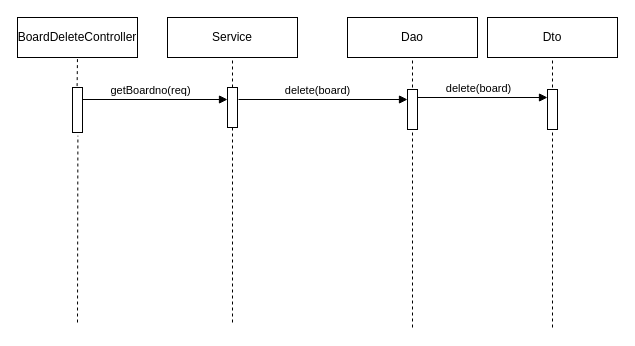
This is document/BoardDeleteController.drawio from iamheonil/KHSemiProject, a draw.io file, before an edit. Source tidied: cells renumbered, new cells numbered last; positions are measured from the earlier drawing's top-left corner, leaving out a move shared by most shapes. Both pictures are drawn from the tidied source at 100%, with x=0, y=0 at pixel (17, 17).
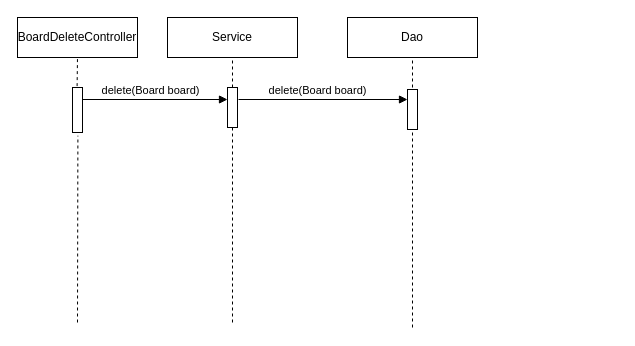
The same page after the edit.

Diff of the diagram source:
```diff
@@
-    <mxCell id="11" value="getBoardno(req)" style="html=1;verticalAlign=bottom;endArrow=block;" parent="1" edge="1">
+    <mxCell id="11" value="delete(Board board)" style="html=1;verticalAlign=bottom;endArrow=block;" parent="1" edge="1">
       <mxGeometry x="-0.06" relative="1" as="geometry">
         <mxPoint x="65" y="82" as="sourcePoint" />
         <mxPoint x="210" y="82" as="targetPoint" />
       </mxGeometry>
     </mxCell>
-    <mxCell id="12" value="delete(board)" style="html=1;verticalAlign=bottom;endArrow=block;" parent="1" edge="1">
+    <mxCell id="12" value="delete(Board board)" style="html=1;verticalAlign=bottom;endArrow=block;" parent="1" edge="1">
       <mxGeometry x="-0.06" relative="1" as="geometry">
         <mxPoint x="221" y="82" as="sourcePoint" />
         <mxPoint x="390" y="82" as="targetPoint" />
       </mxGeometry>
     </mxCell>
-    <mxCell id="13" value="Dto" style="rounded=0;whiteSpace=wrap;html=1;" parent="1" vertex="1">
-      <mxGeometry x="470" width="130" height="40" as="geometry" />
-    </mxCell>
-    <mxCell id="14" style="endArrow=none;dashed=1;html=1;entryX=0.5;entryY=1;entryDx=0;entryDy=0;" parent="1" edge="1" target="13">
-      <mxGeometry relative="1" as="geometry">
-        <mxPoint x="535" y="310" as="sourcePoint" />
-      </mxGeometry>
-    </mxCell>
-    <mxCell id="15" style="html=1;perimeter=orthogonalPerimeter;" parent="1" vertex="1">
-      <mxGeometry x="530" y="72" width="10" height="40" as="geometry" />
-    </mxCell>
-    <mxCell id="16" value="delete(board)" style="html=1;verticalAlign=bottom;endArrow=block;" parent="1" edge="1">
-      <mxGeometry x="-0.06" relative="1" as="geometry">
-        <mxPoint x="400" y="80" as="sourcePoint" />
-        <mxPoint x="530" y="80" as="targetPoint" />
-      </mxGeometry>
-    </mxCell>
```
